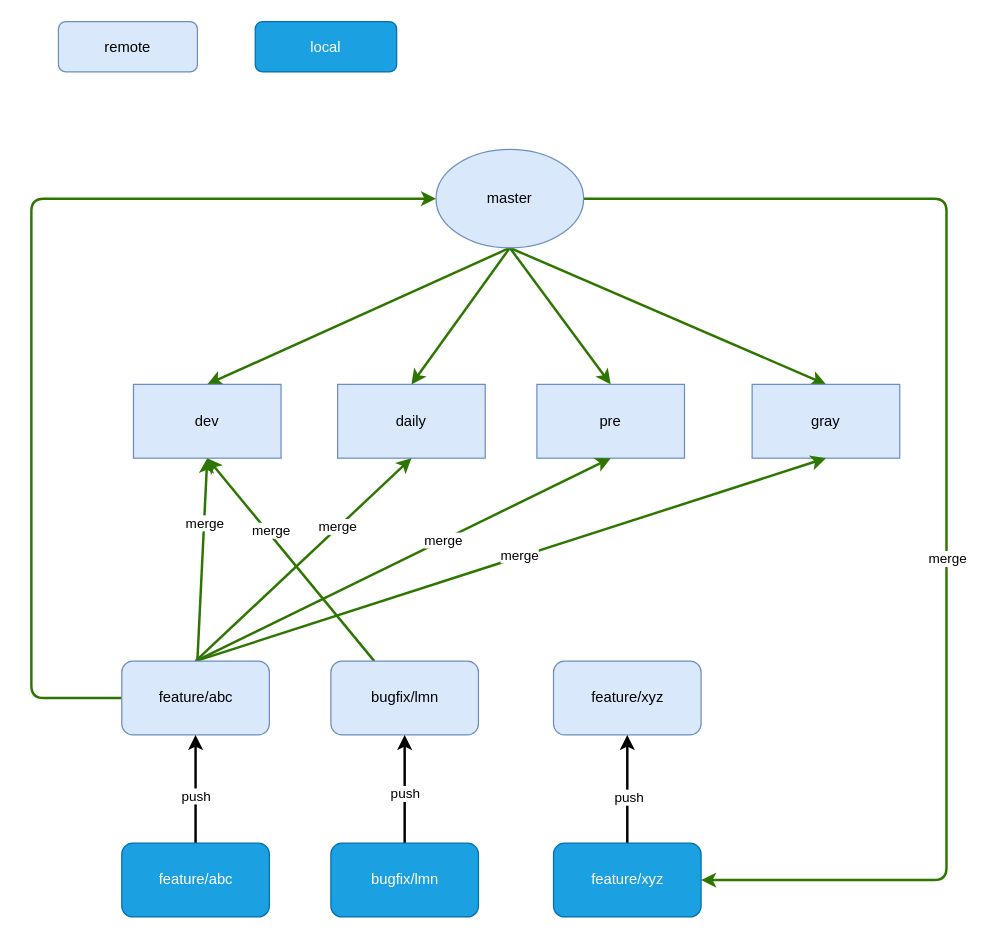
The draw.io diagram 工程分支管理.drawio in catface996/images, before the edit. Source tidied: cells renumbered, new cells numbered last; positions are measured from the earlier drawing's top-left corner, leaving out a move shared by most shapes. Both pictures are drawn from the tidied source at 123%, with x=0, y=0 at pixel (31, 21).
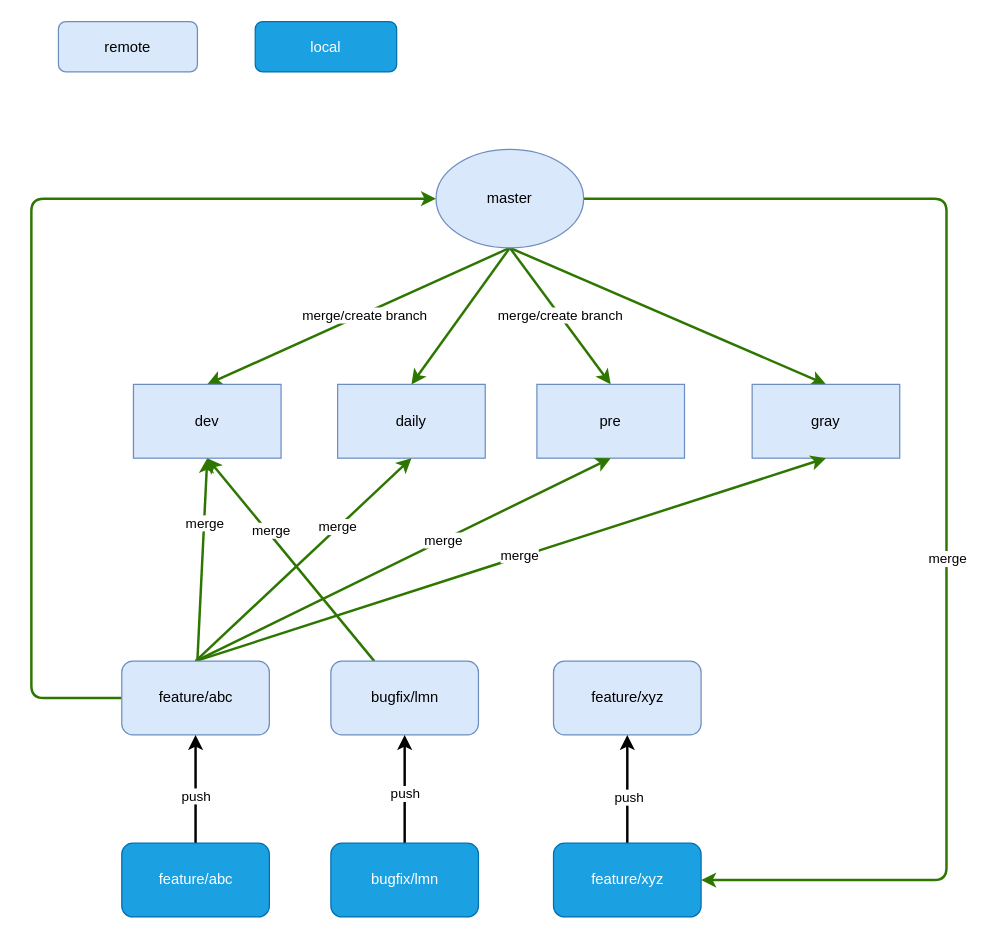
The same diagram, later.

Commit message:
更新工程分支管理.drawio

Unchanged cells that the change refers to:
```xml
<mxCell id="2" style="rounded=0;jettySize=auto;html=1;entryX=0.5;entryY=0;entryDx=0;entryDy=0;exitX=0.5;exitY=1;exitDx=0;exitDy=0;fillColor=#60a917;strokeColor=#2D7600;strokeWidth=2;" parent="1" edge="1" source="8" target="9">
  <mxGeometry relative="1" as="geometry" />
</mxCell>
<mxCell id="4" style="edgeStyle=none;rounded=0;jettySize=auto;html=1;entryX=0.5;entryY=0;entryDx=0;entryDy=0;exitX=0.5;exitY=1;exitDx=0;exitDy=0;fillColor=#60a917;strokeColor=#2D7600;strokeWidth=2;" parent="1" edge="1" source="8" target="11">
  <mxGeometry relative="1" as="geometry" />
</mxCell>
```

The edit, as a diff of the source:
```diff
@@
+    <mxCell id="38" value="merge/create branch" style="edgeLabel;html=1;align=center;verticalAlign=middle;" parent="2" vertex="1">
+      <mxGeometry x="-0.04" y="1" relative="1" as="geometry" />
+    </mxCell>
@@
+    <mxCell id="39" value="merge/create branch" style="edgeLabel;html=1;align=center;verticalAlign=middle;" parent="4" vertex="1">
+      <mxGeometry x="-0.02" relative="1" as="geometry" />
+    </mxCell>
```
